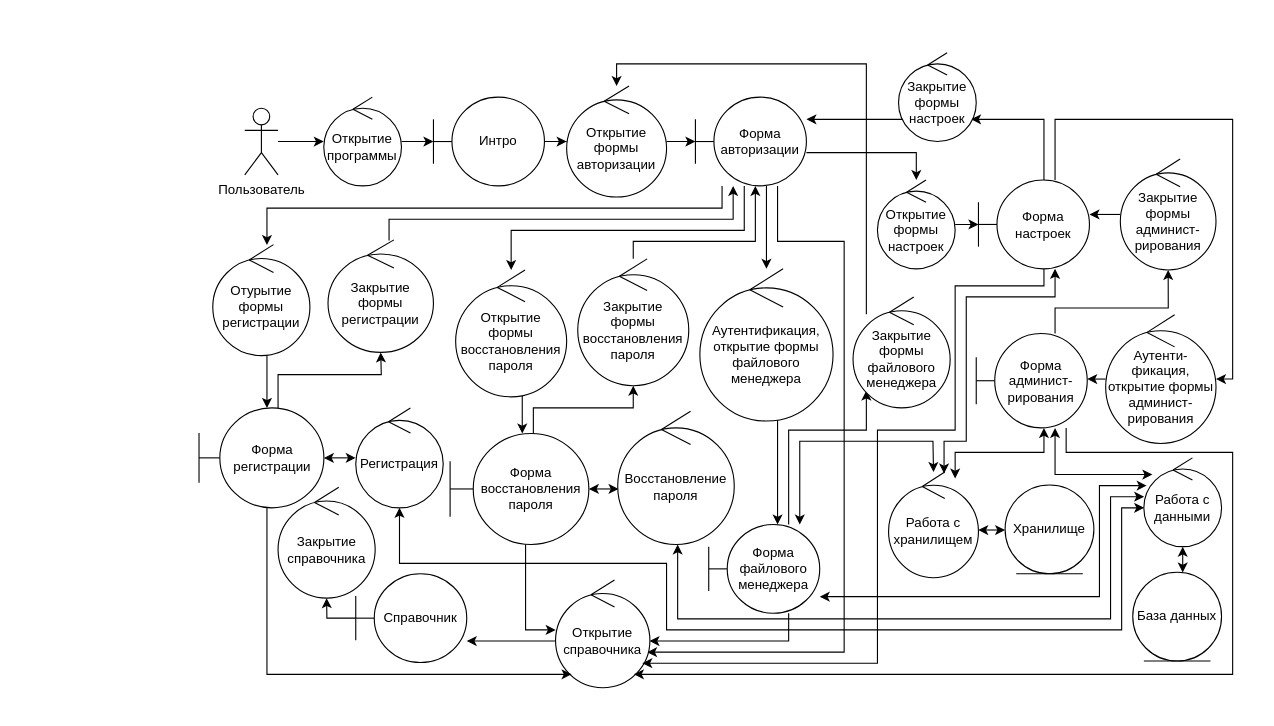
Earlier version of the draw.io diagram Documents/Диаграмма стереотипов.drawio (ReyRom/VortexFile). Source tidied: cells renumbered, new cells numbered last; positions are measured from the earlier drawing's top-left corner, leaving out a move shared by most shapes. Both pictures are drawn from the tidied source at 111%, with x=0, y=0 at pixel (199, 52).
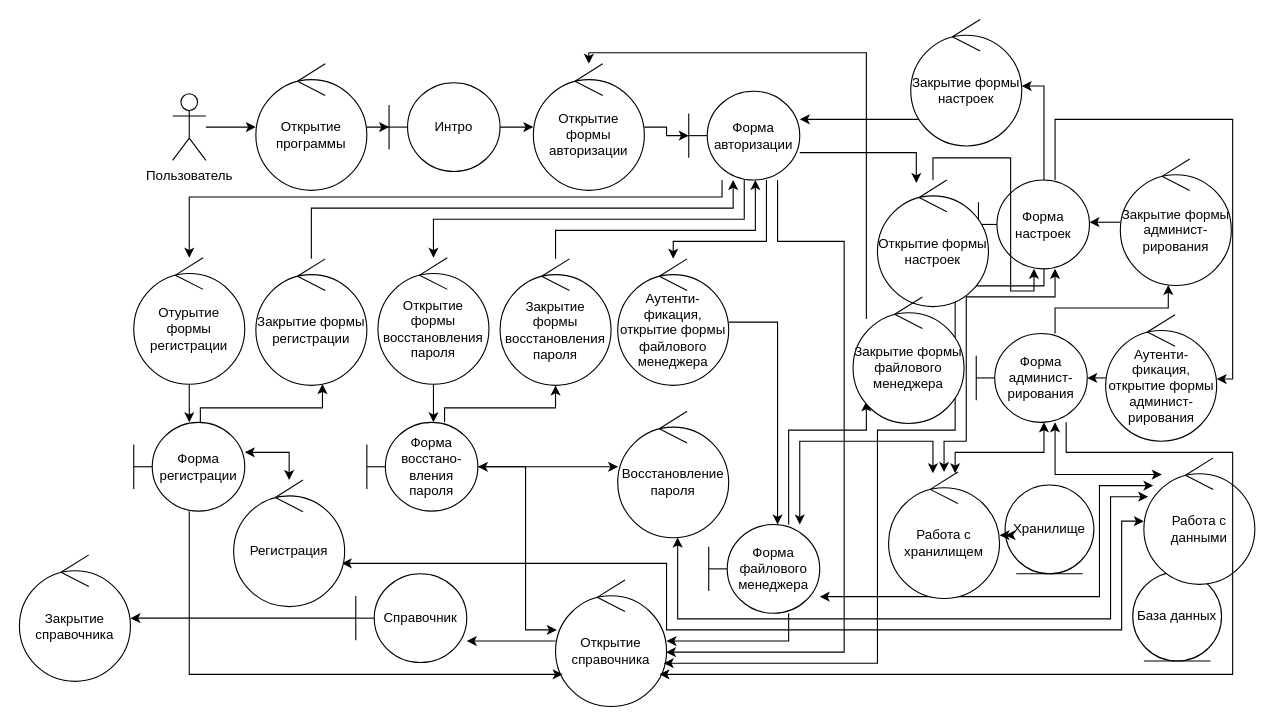
After the change.

The change refers to these unchanged cells:
```xml
<mxCell id="48" value="Форма настроек" style="shape=umlBoundary;whiteSpace=wrap;html=1;" parent="1" vertex="1">
  <mxGeometry x="702" y="114.7" width="100" height="80" as="geometry" />
</mxCell>
```

Change to the diagram source:
```diff
@@
     <mxCell id="3" value="Открытие программы" style="ellipse;shape=umlControl;whiteSpace=wrap;html=1;" parent="1" vertex="1">
-      <mxGeometry x="112.2" y="40" width="70" height="80" as="geometry" />
+      <mxGeometry x="51" y="10" width="100" height="114" as="geometry" />
     </mxCell>
@@
     <mxCell id="5" value="Пользователь" style="shape=umlActor;verticalLabelPosition=bottom;verticalAlign=top;html=1;" parent="1" vertex="1">
-      <mxGeometry x="41" y="50" width="30" height="60" as="geometry" />
+      <mxGeometry x="-24" y="37" width="30" height="60" as="geometry" />
     </mxCell>
@@
     <mxCell id="7" value="Интро" style="shape=umlBoundary;whiteSpace=wrap;html=1;" parent="1" vertex="1">
-      <mxGeometry x="211" y="40" width="100" height="80" as="geometry" />
+      <mxGeometry x="171" y="27" width="100" height="80" as="geometry" />
     </mxCell>
@@
-    <mxCell id="9" value="Открытие формы авторизации" style="ellipse;shape=umlControl;whiteSpace=wrap;html=1;" parent="1" vertex="1">
-      <mxGeometry x="331" y="30" width="90" height="100" as="geometry" />
+    <mxCell id="9" value="Открытие &lt;br&gt;формы авторизации" style="ellipse;shape=umlControl;whiteSpace=wrap;html=1;" parent="1" vertex="1">
+      <mxGeometry x="301" y="10" width="100" height="114" as="geometry" />
     </mxCell>
@@
     <mxCell id="11" style="edgeStyle=orthogonalEdgeStyle;rounded=0;jettySize=auto;html=1;" parent="1" edge="1" source="15" target="22">
       <mxGeometry relative="1" as="geometry">
         <Array as="points">
-          <mxPoint x="511" y="130" />
-          <mxPoint x="511" y="130" />
+          <mxPoint x="511" y="170" />
+          <mxPoint x="427" y="170" />
         </Array>
       </mxGeometry>
     </mxCell>
     <mxCell id="12" style="edgeStyle=orthogonalEdgeStyle;rounded=0;jettySize=auto;html=1;startArrow=none;startFill=0;" parent="1" edge="1" source="15" target="71">
       <mxGeometry relative="1" as="geometry">
         <Array as="points">
-          <mxPoint x="471" y="140" />
-          <mxPoint x="61" y="140" />
+          <mxPoint x="471" y="130" />
+          <mxPoint x="-9" y="130" />
         </Array>
       </mxGeometry>
     </mxCell>
     <mxCell id="13" style="edgeStyle=orthogonalEdgeStyle;rounded=0;jettySize=auto;html=1;startArrow=none;startFill=0;" parent="1" edge="1" source="15" target="67">
       <mxGeometry relative="1" as="geometry">
         <Array as="points">
-          <mxPoint x="491" y="160" />
-          <mxPoint x="281" y="160" />
+          <mxPoint x="491" y="150" />
+          <mxPoint x="211" y="150" />
         </Array>
       </mxGeometry>
     </mxCell>
@@
     <mxCell id="15" value="Форма авторизации" style="shape=umlBoundary;whiteSpace=wrap;html=1;direction=east;" parent="1" vertex="1">
-      <mxGeometry x="447" y="40" width="100" height="80" as="geometry" />
+      <mxGeometry x="441" y="34.7" width="100" height="80" as="geometry" />
     </mxCell>
@@
-    <mxCell id="22" value="Аутентификация, открытие формы файлового менеджера" style="ellipse;shape=umlControl;whiteSpace=wrap;html=1;" parent="1" vertex="1">
-      <mxGeometry x="451" y="194.7" width="120" height="137.1" as="geometry" />
+    <mxCell id="22" value="Аутенти-фикация, открытие формы файлового менеджера" style="ellipse;shape=umlControl;whiteSpace=wrap;html=1;" parent="1" vertex="1">
+      <mxGeometry x="377" y="185.7" width="100" height="114" as="geometry" />
     </mxCell>
@@
     <mxCell id="28" value="Открытие справочника" style="ellipse;shape=umlControl;whiteSpace=wrap;html=1;" parent="1" vertex="1">
-      <mxGeometry x="321" y="475" width="85" height="97.1" as="geometry" />
+      <mxGeometry x="321" y="475" width="100" height="114" as="geometry" />
     </mxCell>
     <mxCell id="29" value="Закрытие справочника" style="ellipse;shape=umlControl;whiteSpace=wrap;html=1;" parent="1" vertex="1">
-      <mxGeometry x="71" y="391.4" width="87.5" height="100" as="geometry" />
+      <mxGeometry x="-162" y="452.4" width="100" height="114" as="geometry" />
     </mxCell>
     <mxCell id="30" style="edgeStyle=orthogonalEdgeStyle;rounded=0;jettySize=auto;html=1;startArrow=none;startFill=0;" parent="1" edge="1" source="33" target="69">
       <mxGeometry relative="1" as="geometry">
         <Array as="points">
-          <mxPoint x="301" y="320" />
-          <mxPoint x="391" y="320" />
+          <mxPoint x="221" y="320" />
+          <mxPoint x="321" y="320" />
         </Array>
       </mxGeometry>
     </mxCell>
@@
-    <mxCell id="33" value="Форма восстановления пароля" style="shape=umlBoundary;whiteSpace=wrap;html=1;" parent="1" vertex="1">
-      <mxGeometry x="226" y="343" width="125" height="100" as="geometry" />
+    <mxCell id="33" value="Форма восстано-вления пароля" style="shape=umlBoundary;whiteSpace=wrap;html=1;" parent="1" vertex="1">
+      <mxGeometry x="151" y="333" width="100" height="80" as="geometry" />
     </mxCell>
     <mxCell id="34" style="edgeStyle=orthogonalEdgeStyle;rounded=0;jettySize=auto;html=1;startArrow=none;startFill=0;" parent="1" edge="1" source="37" target="73">
       <mxGeometry relative="1" as="geometry">
         <Array as="points">
-          <mxPoint x="71" y="290" />
-          <mxPoint x="164" y="290" />
+          <mxPoint x="1" y="320" />
+          <mxPoint x="111" y="320" />
         </Array>
       </mxGeometry>
     </mxCell>
     <mxCell id="35" style="edgeStyle=orthogonalEdgeStyle;rounded=0;jettySize=auto;html=1;startArrow=classic;startFill=1;" parent="1" edge="1" source="37" target="39">
       <mxGeometry relative="1" as="geometry">
         <Array as="points">
-          <mxPoint x="141" y="365" />
-          <mxPoint x="141" y="365" />
+          <mxPoint x="81" y="360" />
         </Array>
       </mxGeometry>
     </mxCell>
     <mxCell id="36" style="edgeStyle=orthogonalEdgeStyle;rounded=0;jettySize=auto;html=1;startArrow=none;startFill=0;" parent="1" edge="1" source="37" target="28">
       <mxGeometry relative="1" as="geometry">
         <Array as="points">
-          <mxPoint x="61" y="560" />
+          <mxPoint x="-9" y="560" />
         </Array>
       </mxGeometry>
     </mxCell>
     <mxCell id="37" value="Форма регистрации" style="shape=umlBoundary;whiteSpace=wrap;html=1;" parent="1" vertex="1">
-      <mxGeometry x="-0.2" y="320" width="112.5" height="90" as="geometry" />
+      <mxGeometry x="-59" y="333" width="100" height="80" as="geometry" />
     </mxCell>
@@
     <mxCell id="39" value="Регистрация" style="ellipse;shape=umlControl;whiteSpace=wrap;html=1;" parent="1" vertex="1">
-      <mxGeometry x="141" y="320" width="78.8" height="90" as="geometry" />
+      <mxGeometry x="31" y="385" width="100" height="114" as="geometry" />
     </mxCell>
@@
     <mxCell id="41" value="Восстановление пароля" style="ellipse;shape=umlControl;whiteSpace=wrap;html=1;" parent="1" vertex="1">
-      <mxGeometry x="377" y="323" width="105" height="120" as="geometry" />
+      <mxGeometry x="377" y="323" width="100" height="114" as="geometry" />
     </mxCell>
@@
     <mxCell id="43" value="Работа с данными" style="ellipse;shape=umlControl;whiteSpace=wrap;html=1;" parent="1" vertex="1">
-      <mxGeometry x="851" y="365" width="70" height="80" as="geometry" />
+      <mxGeometry x="851" y="365" width="100" height="114" as="geometry" />
     </mxCell>
     <mxCell id="44" style="edgeStyle=orthogonalEdgeStyle;rounded=0;jettySize=auto;html=1;" parent="1" edge="1" source="48" target="54">
       <mxGeometry relative="1" as="geometry">
         <Array as="points">
-          <mxPoint x="761" y="60" />
+          <mxPoint x="761" y="30" />
         </Array>
       </mxGeometry>
     </mxCell>
@@
     <mxCell id="50" value="Открытие формы настроек" style="ellipse;shape=umlControl;whiteSpace=wrap;html=1;" parent="1" vertex="1">
-      <mxGeometry x="611" y="114.7" width="70" height="80" as="geometry" />
+      <mxGeometry x="611" y="114.7" width="100" height="114" as="geometry" />
     </mxCell>
@@
     <mxCell id="52" value="Работа с хранилищем" style="ellipse;shape=umlControl;whiteSpace=wrap;html=1;" parent="1" vertex="1">
-      <mxGeometry x="621" y="377.7" width="81" height="95.3" as="geometry" />
+      <mxGeometry x="621" y="377.7" width="100" height="114" as="geometry" />
     </mxCell>
@@
     <mxCell id="54" value="Закрытие формы настроек" style="ellipse;shape=umlControl;whiteSpace=wrap;html=1;" parent="1" vertex="1">
-      <mxGeometry x="630" width="70" height="80" as="geometry" />
+      <mxGeometry x="641" y="-30" width="100" height="114" as="geometry" />
     </mxCell>
     <mxCell id="55" style="edgeStyle=orthogonalEdgeStyle;rounded=0;jettySize=auto;html=1;" parent="1" edge="1" source="56" target="9">
       <mxGeometry relative="1" as="geometry">
         <Array as="points">
-          <mxPoint x="601" y="10" />
-          <mxPoint x="376" y="10" />
+          <mxPoint x="601" />
+          <mxPoint x="351" />
         </Array>
       </mxGeometry>
     </mxCell>
     <mxCell id="56" value="Закрытие формы файлового менеджера" style="ellipse;shape=umlControl;whiteSpace=wrap;html=1;" parent="1" vertex="1">
-      <mxGeometry x="589" y="220" width="87.5" height="100" as="geometry" />
+      <mxGeometry x="589" y="220" width="100" height="114" as="geometry" />
     </mxCell>
@@
     <mxCell id="61" value="Форма админист-рирования" style="shape=umlBoundary;whiteSpace=wrap;html=1;" parent="1" vertex="1">
-      <mxGeometry x="700" y="253" width="100" height="85" as="geometry" />
+      <mxGeometry x="700" y="253" width="100" height="80" as="geometry" />
     </mxCell>
@@
     <mxCell id="63" value="Аутенти-фикация, открытие формы админист-рирования" style="ellipse;shape=umlControl;whiteSpace=wrap;html=1;" parent="1" vertex="1">
-      <mxGeometry x="816.6" y="236" width="99.4" height="116" as="geometry" />
+      <mxGeometry x="816.6" y="236" width="100" height="114" as="geometry" />
     </mxCell>
@@
     <mxCell id="65" value="Закрытие формы админист-рирования" style="ellipse;shape=umlControl;whiteSpace=wrap;html=1;" parent="1" vertex="1">
-      <mxGeometry x="829.8" y="95.7" width="86.2" height="100" as="geometry" />
+      <mxGeometry x="829.8" y="95.7" width="100" height="114" as="geometry" />
     </mxCell>
     <mxCell id="66" style="edgeStyle=orthogonalEdgeStyle;rounded=0;jettySize=auto;html=1;startArrow=none;startFill=0;" parent="1" edge="1" source="67" target="33">
       <mxGeometry relative="1" as="geometry">
         <Array as="points">
-          <mxPoint x="291" y="330" />
-          <mxPoint x="291" y="330" />
+          <mxPoint x="211" y="340" />
+          <mxPoint x="211" y="340" />
         </Array>
       </mxGeometry>
     </mxCell>
     <mxCell id="67" value="Открытие &lt;br&gt;формы восстановления пароля" style="ellipse;shape=umlControl;whiteSpace=wrap;html=1;" parent="1" vertex="1">
-      <mxGeometry x="231" y="195.7" width="100" height="114.3" as="geometry" />
+      <mxGeometry x="161" y="184.7" width="100" height="114" as="geometry" />
     </mxCell>
     <mxCell id="68" style="edgeStyle=orthogonalEdgeStyle;rounded=0;jettySize=auto;html=1;startArrow=none;startFill=0;" parent="1" edge="1" source="69" target="15">
       <mxGeometry relative="1" as="geometry">
         <Array as="points">
-          <mxPoint x="391" y="170" />
-          <mxPoint x="501" y="170" />
+          <mxPoint x="321" y="160" />
+          <mxPoint x="501" y="160" />
         </Array>
       </mxGeometry>
     </mxCell>
     <mxCell id="69" value="Закрытие &lt;br&gt;формы восстановления пароля" style="ellipse;shape=umlControl;whiteSpace=wrap;html=1;" parent="1" vertex="1">
-      <mxGeometry x="341" y="185.7" width="100" height="114.3" as="geometry" />
+      <mxGeometry x="271" y="185.7" width="100" height="114" as="geometry" />
     </mxCell>
     <mxCell id="70" style="edgeStyle=orthogonalEdgeStyle;rounded=0;jettySize=auto;html=1;startArrow=none;startFill=0;" parent="1" edge="1" source="71" target="37">
       <mxGeometry relative="1" as="geometry">
         <Array as="points">
-          <mxPoint x="61" y="290" />
-          <mxPoint x="61" y="290" />
+          <mxPoint x="-9" y="330" />
+          <mxPoint x="-9" y="330" />
         </Array>
       </mxGeometry>
     </mxCell>
     <mxCell id="71" value="Отурытие формы регистрации" style="ellipse;shape=umlControl;whiteSpace=wrap;html=1;" parent="1" vertex="1">
-      <mxGeometry x="12.2" y="172.9" width="87.5" height="100" as="geometry" />
+      <mxGeometry x="-59" y="184.7" width="100" height="114" as="geometry" />
     </mxCell>
     <mxCell id="72" style="edgeStyle=orthogonalEdgeStyle;rounded=0;jettySize=auto;html=1;startArrow=none;startFill=0;" parent="1" edge="1" source="73" target="15">
       <mxGeometry relative="1" as="geometry">
         <Array as="points">
-          <mxPoint x="171" y="150" />
-          <mxPoint x="481" y="150" />
+          <mxPoint x="101" y="140" />
+          <mxPoint x="481" y="140" />
         </Array>
       </mxGeometry>
     </mxCell>
     <mxCell id="73" value="Закрытие формы регистрации" style="ellipse;shape=umlControl;whiteSpace=wrap;html=1;" parent="1" vertex="1">
-      <mxGeometry x="116" y="168.6" width="95" height="101.4" as="geometry" />
+      <mxGeometry x="51" y="185.7" width="100" height="114" as="geometry" />
     </mxCell>
```
